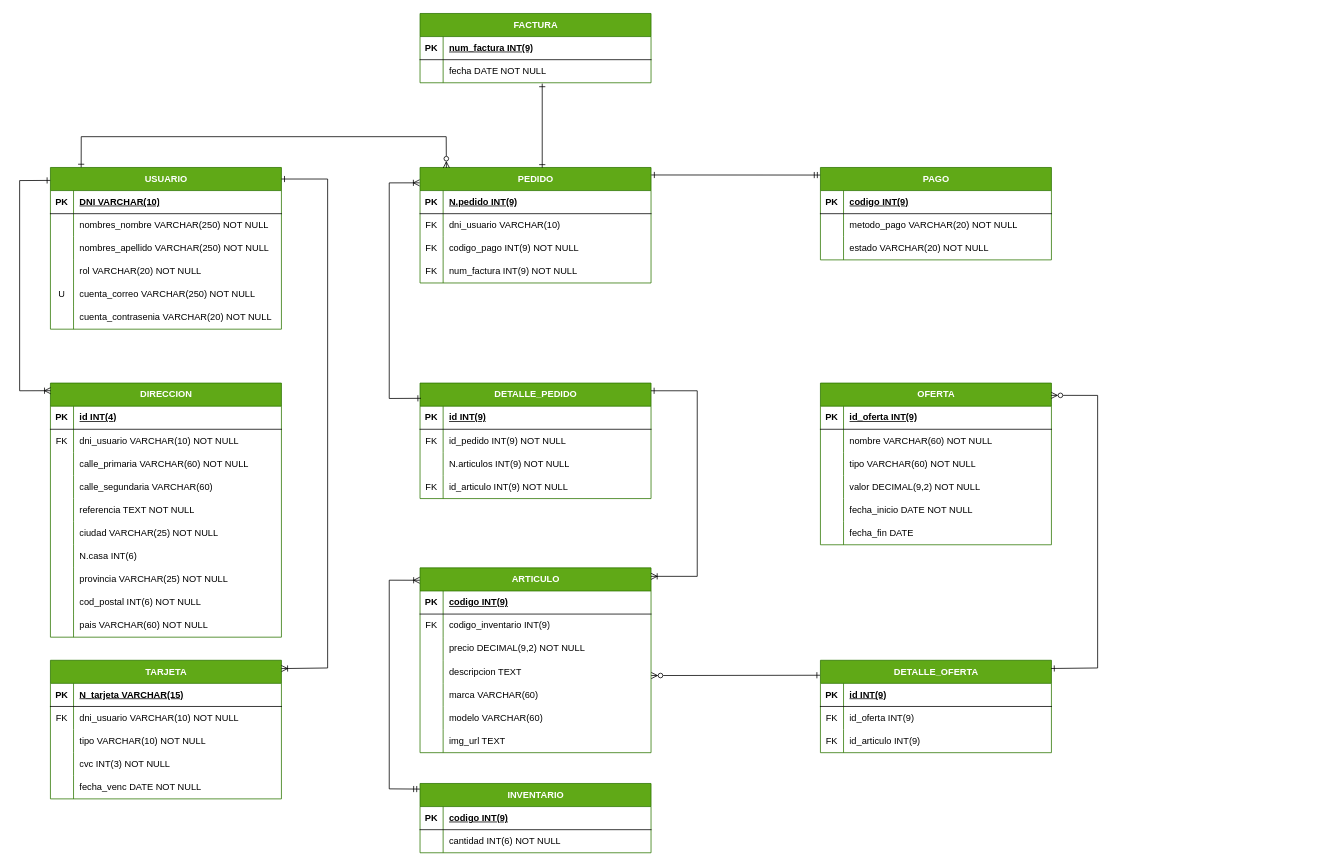
Earlier version of the draw.io diagram DOCUMENTATION/modelos/modelo relacional.drawio (SantiagoTamayo2002/APP_STORE). Source tidied: cells renumbered, new cells numbered last; positions are measured from the earlier drawing's top-left corner, leaving out a move shared by most shapes. Both pictures are drawn from the tidied source at 77%, with x=0, y=0 at pixel (19, 13).
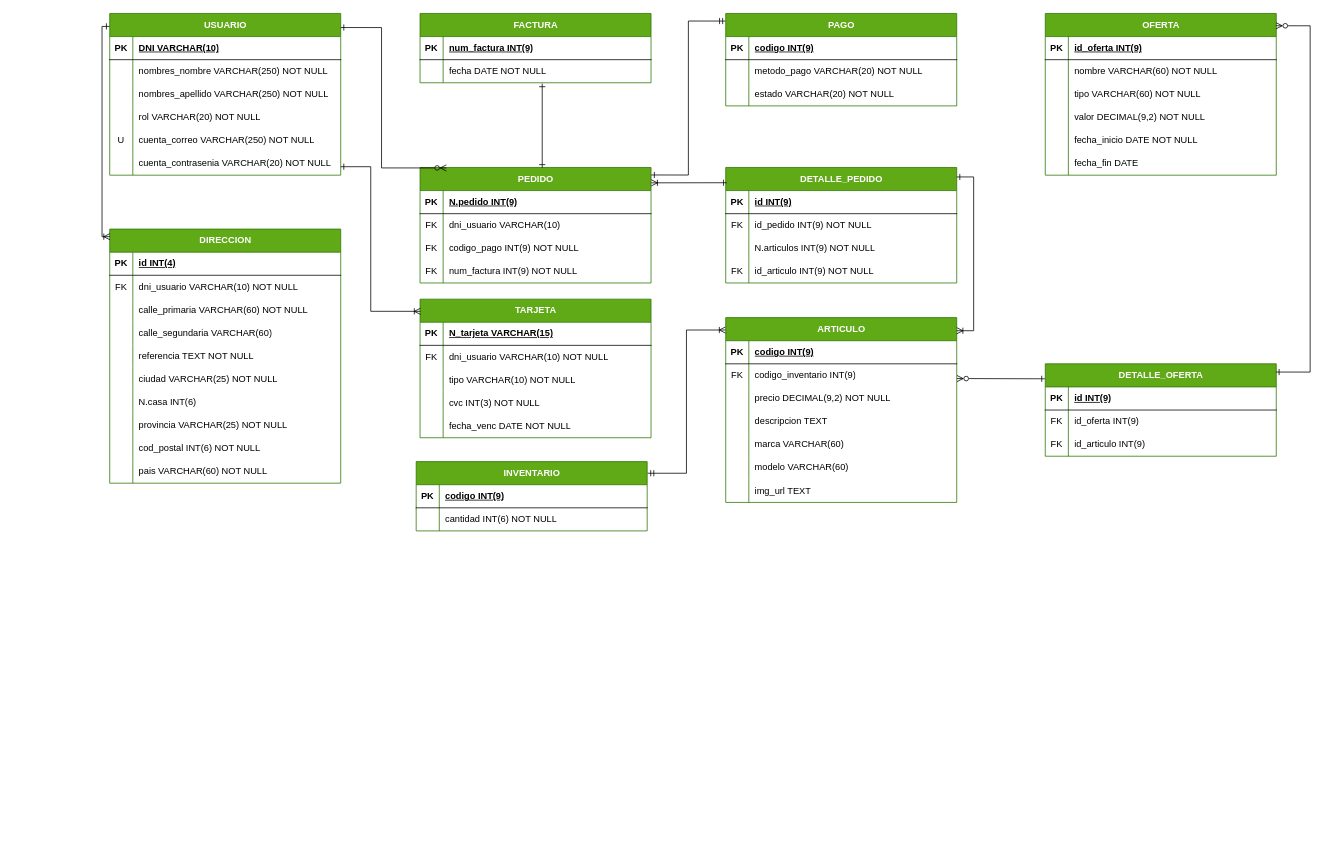
Above is the later version.

Unchanged cells that the change refers to:
```xml
<mxCell id="18" style="shape=tableRow;horizontal=0;startSize=0;swimlaneHead=0;swimlaneBody=0;fillColor=none;points=[[0,0.5],[1,0.5]];portConstraint=eastwest;top=0;left=0;right=0;bottom=0;" parent="2" vertex="1">
  <mxGeometry y="180" width="300" height="30" as="geometry" />
</mxCell>
<mxCell id="70" value="PEDIDO" style="shape=table;startSize=30;childLayout=tableLayout;rowLines=0;fontStyle=1;align=center;html=1;fillColor=#60a917;fontColor=#ffffff;strokeColor=#2D7600;" parent="1" vertex="1">
  <mxGeometry x="520" y="200" width="300" height="150" as="geometry" />
</mxCell>
<mxCell id="102" style="shape=tableRow;horizontal=0;startSize=0;swimlaneHead=0;swimlaneBody=0;fillColor=none;points=[[0,0.5],[1,0.5]];portConstraint=eastwest;top=0;left=0;right=0;bottom=0;" parent="98" vertex="1">
  <mxGeometry y="60" width="300" height="30" as="geometry" />
</mxCell>
<mxCell id="108" style="shape=tableRow;horizontal=0;startSize=0;swimlaneHead=0;swimlaneBody=0;fillColor=none;points=[[0,0.5],[1,0.5]];portConstraint=eastwest;top=0;left=0;right=0;bottom=0;" parent="98" vertex="1">
  <mxGeometry y="120" width="300" height="30" as="geometry" />
</mxCell>
```

Change to the diagram source:
```diff
@@
     <mxCell id="2" value="USUARIO" style="shape=table;startSize=30;childLayout=tableLayout;rowLines=0;fontStyle=1;align=center;html=1;fillColor=#60a917;fontColor=#ffffff;strokeColor=#2D7600;" parent="1" vertex="1">
-      <mxGeometry x="40" y="200" width="300" height="210" as="geometry" />
+      <mxGeometry x="117" width="300" height="210" as="geometry" />
     </mxCell>
@@
     <mxCell id="21" value="DIRECCION" style="shape=table;startSize=30;childLayout=tableLayout;rowLines=0;fontStyle=1;align=center;html=1;fillColor=#60a917;fontColor=#ffffff;strokeColor=#2D7600;" parent="1" vertex="1">
-      <mxGeometry x="40" y="480" width="300" height="330" as="geometry" />
+      <mxGeometry x="117" y="280" width="300" height="330" as="geometry" />
     </mxCell>
@@
     <mxCell id="52" value="TARJETA" style="shape=table;startSize=30;childLayout=tableLayout;rowLines=0;fontStyle=1;align=center;html=1;fillColor=#60a917;fontColor=#ffffff;strokeColor=#2D7600;" parent="1" vertex="1">
-      <mxGeometry x="40" y="840" width="300" height="180" as="geometry" />
+      <mxGeometry x="520" y="371" width="300" height="180" as="geometry" />
     </mxCell>
@@
-    <mxCell id="68" style="endArrow=ERone;html=1;rounded=0;endFill=0;startArrow=ERoneToMany;startFill=0;exitX=0.001;exitY=0.03;exitDx=0;exitDy=0;entryX=-0.001;entryY=0.08;entryDx=0;entryDy=0;entryPerimeter=0;exitPerimeter=0;" parent="1" edge="1" source="21" target="2">
-      <mxGeometry relative="1" as="geometry">
-        <Array as="points">
-          <mxPoint y="490" />
-          <mxPoint y="217" />
-        </Array>
-      </mxGeometry>
+    <mxCell id="68" style="endArrow=ERone;html=1;rounded=0;endFill=0;startArrow=ERoneToMany;startFill=0;exitX=0.001;exitY=0.03;exitDx=0;exitDy=0;entryX=-0.001;entryY=0.08;entryDx=0;entryDy=0;entryPerimeter=0;exitPerimeter=0;edgeStyle=orthogonalEdgeStyle;" parent="1" edge="1" source="21" target="2">
+      <mxGeometry relative="1" as="geometry" />
     </mxCell>
-    <mxCell id="69" style="endArrow=ERone;html=1;rounded=0;endFill=0;startArrow=ERoneToMany;startFill=0;exitX=1;exitY=0.06;exitDx=0;exitDy=0;exitPerimeter=0;" parent="1" edge="1" source="52">
+    <mxCell id="69" style="endArrow=ERone;html=1;rounded=0;endFill=0;startArrow=ERoneToMany;startFill=0;exitX=0.002;exitY=0.088;exitDx=0;exitDy=0;exitPerimeter=0;edgeStyle=orthogonalEdgeStyle;entryX=1;entryY=0.633;entryDx=0;entryDy=0;entryPerimeter=0;" parent="1" edge="1" source="52" target="18">
       <mxGeometry relative="1" as="geometry">
-        <mxPoint x="340" y="215" as="targetPoint" />
         <Array as="points">
-          <mxPoint x="400" y="850" />
-          <mxPoint x="400" y="215" />
+          <mxPoint x="456" y="387" />
+          <mxPoint x="456" y="199" />
         </Array>
       </mxGeometry>
     </mxCell>
@@
-    <mxCell id="83" style="endArrow=ERone;html=1;rounded=0;endFill=0;startArrow=ERzeroToMany;startFill=0;exitX=0.114;exitY=0.004;exitDx=0;exitDy=0;exitPerimeter=0;entryX=0.133;entryY=-0.001;entryDx=0;entryDy=0;entryPerimeter=0;" parent="1" edge="1" source="70" target="2">
+    <mxCell id="83" style="endArrow=ERone;html=1;rounded=0;endFill=0;startArrow=ERzeroToMany;startFill=0;exitX=0.114;exitY=0.004;exitDx=0;exitDy=0;exitPerimeter=0;entryX=1;entryY=0.087;entryDx=0;entryDy=0;entryPerimeter=0;edgeStyle=orthogonalEdgeStyle;" parent="1" edge="1" source="70" target="2">
       <mxGeometry relative="1" as="geometry">
         <Array as="points">
-          <mxPoint x="554" y="160" />
-          <mxPoint x="80" y="160" />
+          <mxPoint x="470" y="201" />
+          <mxPoint x="470" y="18" />
         </Array>
       </mxGeometry>
     </mxCell>
     <mxCell id="84" value="DETALLE_PEDIDO" style="shape=table;startSize=30;childLayout=tableLayout;rowLines=0;fontStyle=1;align=center;html=1;fillColor=#60a917;fontColor=#ffffff;strokeColor=#2D7600;" parent="1" vertex="1">
-      <mxGeometry x="520" y="480" width="300" height="150" as="geometry" />
+      <mxGeometry x="917" y="200" width="300" height="150" as="geometry" />
     </mxCell>
@@
-    <mxCell id="97" style="endArrow=ERoneToMany;html=1;rounded=0;startArrow=ERone;startFill=0;endFill=0;entryX=-0.002;entryY=0.133;entryDx=0;entryDy=0;exitX=0.004;exitY=0.132;exitDx=0;exitDy=0;exitPerimeter=0;entryPerimeter=0;" parent="1" edge="1" source="84" target="70">
-      <mxGeometry relative="1" as="geometry">
-        <Array as="points">
-          <mxPoint x="480" y="500" />
-          <mxPoint x="480" y="220" />
-        </Array>
-      </mxGeometry>
+    <mxCell id="97" style="endArrow=ERoneToMany;html=1;rounded=0;startArrow=ERone;startFill=0;endFill=0;entryX=1.001;entryY=0.133;entryDx=0;entryDy=0;exitX=0.004;exitY=0.132;exitDx=0;exitDy=0;exitPerimeter=0;entryPerimeter=0;" parent="1" edge="1" source="84" target="70">
+      <mxGeometry relative="1" as="geometry" />
     </mxCell>
     <mxCell id="98" value="ARTICULO" style="shape=table;startSize=30;childLayout=tableLayout;rowLines=0;fontStyle=1;align=center;html=1;fillColor=#60a917;fontColor=#ffffff;strokeColor=#2D7600;" parent="1" vertex="1">
-      <mxGeometry x="520" y="720" width="300" height="240" as="geometry" />
+      <mxGeometry x="917" y="395" width="300" height="240" as="geometry" />
     </mxCell>
@@
-    <mxCell id="120" style="endArrow=ERone;html=1;rounded=0;endFill=0;startArrow=ERoneToMany;startFill=0;" parent="1" edge="1">
+    <mxCell id="120" style="endArrow=ERone;html=1;rounded=0;endFill=0;startArrow=ERoneToMany;startFill=0;entryX=1;entryY=0.082;entryDx=0;entryDy=0;entryPerimeter=0;exitX=1;exitY=0.071;exitDx=0;exitDy=0;exitPerimeter=0;edgeStyle=orthogonalEdgeStyle;" parent="1" edge="1" source="98" target="84">
       <mxGeometry relative="1" as="geometry">
-        <mxPoint x="820" y="731" as="sourcePoint" />
-        <mxPoint x="820" y="490" as="targetPoint" />
         <Array as="points">
-          <mxPoint x="880" y="731" />
-          <mxPoint x="880" y="490" />
+          <mxPoint x="1239" y="412" />
+          <mxPoint x="1239" y="212" />
         </Array>
       </mxGeometry>
     </mxCell>
     <mxCell id="121" value="INVENTARIO" style="shape=table;startSize=30;childLayout=tableLayout;rowLines=0;fontStyle=1;align=center;html=1;fillColor=#60a917;fontColor=#ffffff;strokeColor=#2D7600;" parent="1" vertex="1">
-      <mxGeometry x="520" y="1000" width="300" height="90" as="geometry" />
+      <mxGeometry x="515" y="582" width="300" height="90" as="geometry" />
     </mxCell>
@@
-    <mxCell id="128" style="endArrow=ERmandOne;html=1;rounded=0;endFill=0;startArrow=ERoneToMany;startFill=0;exitX=-0.001;exitY=0.067;exitDx=0;exitDy=0;exitPerimeter=0;entryX=-0.001;entryY=0.081;entryDx=0;entryDy=0;entryPerimeter=0;" parent="1" edge="1" source="98" target="121">
-      <mxGeometry relative="1" as="geometry">
-        <Array as="points">
-          <mxPoint x="480" y="736" />
-          <mxPoint x="480" y="1007" />
-        </Array>
-      </mxGeometry>
+    <mxCell id="128" style="endArrow=ERmandOne;html=1;rounded=0;endFill=0;startArrow=ERoneToMany;startFill=0;exitX=-0.001;exitY=0.067;exitDx=0;exitDy=0;exitPerimeter=0;entryX=1.002;entryY=0.168;entryDx=0;entryDy=0;entryPerimeter=0;edgeStyle=orthogonalEdgeStyle;" parent="1" edge="1" source="98" target="121">
+      <mxGeometry relative="1" as="geometry" />
     </mxCell>
     <mxCell id="129" value="OFERTA" style="shape=table;startSize=30;childLayout=tableLayout;rowLines=0;fontStyle=1;align=center;html=1;fillColor=#60a917;fontColor=#ffffff;strokeColor=#2D7600;" parent="1" vertex="1">
-      <mxGeometry x="1040" y="480" width="300" height="210" as="geometry" />
+      <mxGeometry x="1332" width="300" height="210" as="geometry" />
     </mxCell>
@@
     <mxCell id="148" value="DETALLE_OFERTA" style="shape=table;startSize=30;childLayout=tableLayout;rowLines=0;fontStyle=1;align=center;html=1;fillColor=#60a917;fontColor=#ffffff;strokeColor=#2D7600;" parent="1" vertex="1">
-      <mxGeometry x="1040" y="840" width="300" height="120" as="geometry" />
+      <mxGeometry x="1332" y="455" width="300" height="120" as="geometry" />
     </mxCell>
@@
-    <mxCell id="158" style="endArrow=ERone;html=1;rounded=0;startArrow=ERzeroToMany;startFill=0;exitX=0.999;exitY=0.076;exitDx=0;exitDy=0;exitPerimeter=0;entryX=0.999;entryY=0.089;entryDx=0;entryDy=0;entryPerimeter=0;endFill=0;" parent="1" edge="1" source="129" target="148">
+    <mxCell id="158" style="endArrow=ERone;html=1;rounded=0;startArrow=ERzeroToMany;startFill=0;exitX=0.999;exitY=0.076;exitDx=0;exitDy=0;exitPerimeter=0;entryX=0.999;entryY=0.089;entryDx=0;entryDy=0;entryPerimeter=0;endFill=0;edgeStyle=orthogonalEdgeStyle;" parent="1" edge="1" source="129" target="148">
       <mxGeometry relative="1" as="geometry">
         <Array as="points">
-          <mxPoint x="1400" y="496" />
-          <mxPoint x="1400" y="850" />
+          <mxPoint x="1676" y="16" />
+          <mxPoint x="1676" y="466" />
         </Array>
       </mxGeometry>
     </mxCell>
-    <mxCell id="159" style="endArrow=ERzeroToMany;html=1;rounded=0;endFill=0;exitX=-0.002;exitY=0.162;exitDx=0;exitDy=0;exitPerimeter=0;startArrow=ERone;startFill=0;entryX=1.001;entryY=0.661;entryDx=0;entryDy=0;entryPerimeter=0;" parent="1" edge="1" source="148" target="108">
+    <mxCell id="159" style="endArrow=ERzeroToMany;html=1;rounded=0;endFill=0;exitX=-0.002;exitY=0.162;exitDx=0;exitDy=0;exitPerimeter=0;startArrow=ERone;startFill=0;entryX=1.001;entryY=0.638;entryDx=0;entryDy=0;entryPerimeter=0;" parent="1" edge="1" source="148" target="102">
       <mxGeometry relative="1" as="geometry" />
     </mxCell>
-    <mxCell id="160" style="endArrow=ERmandOne;html=1;rounded=0;startArrow=ERone;startFill=0;endFill=0;entryX=0;entryY=0.082;entryDx=0;entryDy=0;exitX=1.001;exitY=0.065;exitDx=0;exitDy=0;exitPerimeter=0;entryPerimeter=0;" parent="1" edge="1" source="70" target="161">
+    <mxCell id="160" style="endArrow=ERmandOne;html=1;rounded=0;startArrow=ERone;startFill=0;endFill=0;entryX=0;entryY=0.082;entryDx=0;entryDy=0;exitX=1.001;exitY=0.065;exitDx=0;exitDy=0;exitPerimeter=0;entryPerimeter=0;edgeStyle=orthogonalEdgeStyle;" parent="1" edge="1" source="70" target="161">
       <mxGeometry relative="1" as="geometry" />
     </mxCell>
     <mxCell id="161" value="PAGO" style="shape=table;startSize=30;childLayout=tableLayout;rowLines=0;fontStyle=1;align=center;html=1;fillColor=#60a917;fontColor=#ffffff;strokeColor=#2D7600;" parent="1" vertex="1">
-      <mxGeometry x="1040" y="200" width="300" height="120" as="geometry" />
+      <mxGeometry x="917" width="300" height="120" as="geometry" />
     </mxCell>
```
